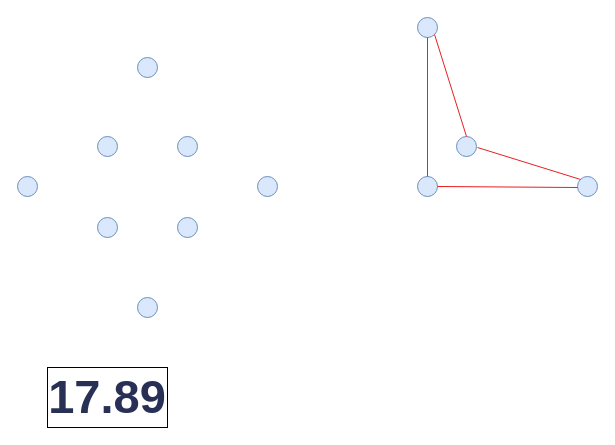
Earlier version of the draw.io diagram 1-3.drawio (YinhuaChen-cloud/Advanced_Algorithm_hw). Source tidied: cells renumbered, new cells numbered last; positions are measured from the earlier drawing's top-left corner, leaving out a move shared by most shapes. Both pictures are drawn from the tidied source at 100%, with x=0, y=0 at pixel (17, 17).
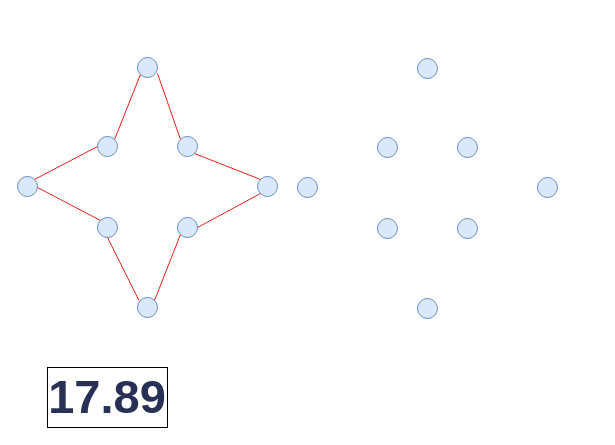
The same page after the edit.

The change refers to these unchanged cells:
```xml
<mxCell id="10" style="ellipse;whiteSpace=wrap;html=1;fillColor=#dae8fc;strokeColor=#6c8ebf;" parent="1" vertex="1">
  <mxGeometry x="80" y="119" width="20" height="20" as="geometry" />
</mxCell>
<mxCell id="11" style="ellipse;whiteSpace=wrap;html=1;fillColor=#dae8fc;strokeColor=#6c8ebf;" parent="1" vertex="1">
  <mxGeometry x="120" y="40" width="20" height="20" as="geometry" />
</mxCell>
<mxCell id="12" style="ellipse;whiteSpace=wrap;html=1;fillColor=#dae8fc;strokeColor=#6c8ebf;" parent="1" vertex="1">
  <mxGeometry y="159" width="20" height="20" as="geometry" />
</mxCell>
<mxCell id="13" style="ellipse;whiteSpace=wrap;html=1;fillColor=#dae8fc;strokeColor=#6c8ebf;" parent="1" vertex="1">
  <mxGeometry x="160" y="119" width="20" height="20" as="geometry" />
</mxCell>
<mxCell id="14" style="ellipse;whiteSpace=wrap;html=1;fillColor=#dae8fc;strokeColor=#6c8ebf;" parent="1" vertex="1">
  <mxGeometry x="80" y="200" width="20" height="20" as="geometry" />
</mxCell>
<mxCell id="15" style="ellipse;whiteSpace=wrap;html=1;fillColor=#dae8fc;strokeColor=#6c8ebf;" parent="1" vertex="1">
  <mxGeometry x="120" y="280" width="20" height="20" as="geometry" />
</mxCell>
<mxCell id="16" style="ellipse;whiteSpace=wrap;html=1;fillColor=#dae8fc;strokeColor=#6c8ebf;" parent="1" vertex="1">
  <mxGeometry x="160" y="200" width="20" height="20" as="geometry" />
</mxCell>
<mxCell id="17" style="ellipse;whiteSpace=wrap;html=1;fillColor=#dae8fc;strokeColor=#6c8ebf;" parent="1" vertex="1">
  <mxGeometry x="240" y="159" width="20" height="20" as="geometry" />
</mxCell>
```

The edit, as a diff of the source:
```diff
@@
-    <mxCell id="2" style="ellipse;whiteSpace=wrap;html=1;fillColor=#dae8fc;strokeColor=#6c8ebf;" parent="1" vertex="1">
-      <mxGeometry x="400" width="20" height="20" as="geometry" />
-    </mxCell>
-    <mxCell id="3" style="ellipse;whiteSpace=wrap;html=1;fillColor=#dae8fc;strokeColor=#6c8ebf;" parent="1" vertex="1">
-      <mxGeometry x="439" y="119" width="20" height="20" as="geometry" />
-    </mxCell>
-    <mxCell id="4" style="ellipse;whiteSpace=wrap;html=1;fillColor=#dae8fc;strokeColor=#6c8ebf;" parent="1" vertex="1">
-      <mxGeometry x="400" y="159" width="20" height="20" as="geometry" />
-    </mxCell>
-    <mxCell id="5" style="ellipse;whiteSpace=wrap;html=1;fillColor=#dae8fc;strokeColor=#6c8ebf;" parent="1" vertex="1">
-      <mxGeometry x="560" y="159" width="20" height="20" as="geometry" />
-    </mxCell>
-    <mxCell id="6" style="endArrow=none;html=1;rounded=0;strokeColor=#ea1f1f;entryX=0.5;entryY=0;entryDx=0;entryDy=0;exitX=1;exitY=1;exitDx=0;exitDy=0;" parent="1" edge="1" source="2" target="3">
-      <mxGeometry relative="1" as="geometry" />
-    </mxCell>
-    <mxCell id="7" style="endArrow=none;html=1;rounded=0;strokeColor=#ea1f1f;entryX=0;entryY=0;entryDx=0;entryDy=0;" parent="1" edge="1" target="5">
-      <mxGeometry relative="1" as="geometry">
-        <mxPoint x="460" y="130" as="sourcePoint" />
-      </mxGeometry>
-    </mxCell>
-    <mxCell id="8" style="endArrow=none;html=1;rounded=0;strokeColor=#ea1f1f;exitX=1;exitY=0.5;exitDx=0;exitDy=0;" parent="1" edge="1" source="4">
-      <mxGeometry relative="1" as="geometry">
-        <mxPoint x="560" y="170" as="targetPoint" />
-      </mxGeometry>
-    </mxCell>
-    <mxCell id="9" style="endArrow=none;html=1;rounded=0;strokeColor=#ea1f1f;" parent="1" edge="1">
-      <mxGeometry relative="1" as="geometry">
-        <mxPoint x="410" y="20" as="sourcePoint" />
-        <mxPoint x="410" y="159" as="targetPoint" />
-      </mxGeometry>
-    </mxCell>
@@
+    <mxCell id="19" style="endArrow=none;html=1;rounded=0;strokeColor=#ea1f1f;entryX=1;entryY=0;entryDx=0;entryDy=0;exitX=0;exitY=1;exitDx=0;exitDy=0;" parent="1" edge="1" source="11" target="10">
+      <mxGeometry relative="1" as="geometry" />
+    </mxCell>
+    <mxCell id="20" style="endArrow=none;html=1;rounded=0;strokeColor=#ea1f1f;entryX=1;entryY=0;entryDx=0;entryDy=0;exitX=0;exitY=0.5;exitDx=0;exitDy=0;" parent="1" edge="1" source="10" target="12">
+      <mxGeometry relative="1" as="geometry" />
+    </mxCell>
+    <mxCell id="21" style="endArrow=none;html=1;rounded=0;strokeColor=#ea1f1f;entryX=0;entryY=0;entryDx=0;entryDy=0;exitX=0;exitY=1;exitDx=0;exitDy=0;" parent="1" edge="1" target="14">
+      <mxGeometry relative="1" as="geometry">
+        <mxPoint x="20" y="170" as="sourcePoint" />
+      </mxGeometry>
+    </mxCell>
+    <mxCell id="22" style="endArrow=none;html=1;rounded=0;strokeColor=#ea1f1f;entryX=0;entryY=0;entryDx=0;entryDy=0;exitX=0.5;exitY=1;exitDx=0;exitDy=0;" parent="1" edge="1" source="14">
+      <mxGeometry relative="1" as="geometry">
+        <mxPoint x="121.5" y="283" as="targetPoint" />
+      </mxGeometry>
+    </mxCell>
+    <mxCell id="23" style="endArrow=none;html=1;rounded=0;strokeColor=#ea1f1f;entryX=0;entryY=0;entryDx=0;entryDy=0;exitX=0.5;exitY=1;exitDx=0;exitDy=0;" parent="1" edge="1" target="13">
+      <mxGeometry relative="1" as="geometry">
+        <mxPoint x="140" y="56" as="sourcePoint" />
+      </mxGeometry>
+    </mxCell>
+    <mxCell id="24" style="endArrow=none;html=1;rounded=0;strokeColor=#ea1f1f;entryX=1;entryY=1;entryDx=0;entryDy=0;exitX=0;exitY=0;exitDx=0;exitDy=0;" parent="1" edge="1" source="17" target="13">
+      <mxGeometry relative="1" as="geometry" />
+    </mxCell>
+    <mxCell id="25" style="endArrow=none;html=1;rounded=0;strokeColor=#ea1f1f;entryX=1;entryY=0.5;entryDx=0;entryDy=0;exitX=0;exitY=1;exitDx=0;exitDy=0;" parent="1" edge="1" source="17" target="16">
+      <mxGeometry relative="1" as="geometry" />
+    </mxCell>
+    <mxCell id="26" style="endArrow=none;html=1;rounded=0;strokeColor=#ea1f1f;entryX=1;entryY=0;entryDx=0;entryDy=0;exitX=0;exitY=1;exitDx=0;exitDy=0;" parent="1" edge="1" source="16" target="15">
+      <mxGeometry relative="1" as="geometry" />
+    </mxCell>
+    <mxCell id="27" style="ellipse;whiteSpace=wrap;html=1;fillColor=#dae8fc;strokeColor=#6c8ebf;" parent="1" vertex="1">
+      <mxGeometry x="360" y="120" width="20" height="20" as="geometry" />
+    </mxCell>
+    <mxCell id="28" style="ellipse;whiteSpace=wrap;html=1;fillColor=#dae8fc;strokeColor=#6c8ebf;" parent="1" vertex="1">
+      <mxGeometry x="400" y="41" width="20" height="20" as="geometry" />
+    </mxCell>
+    <mxCell id="29" style="ellipse;whiteSpace=wrap;html=1;fillColor=#dae8fc;strokeColor=#6c8ebf;" parent="1" vertex="1">
+      <mxGeometry x="280" y="160" width="20" height="20" as="geometry" />
+    </mxCell>
+    <mxCell id="30" style="ellipse;whiteSpace=wrap;html=1;fillColor=#dae8fc;strokeColor=#6c8ebf;" parent="1" vertex="1">
+      <mxGeometry x="440" y="120" width="20" height="20" as="geometry" />
+    </mxCell>
+    <mxCell id="31" style="ellipse;whiteSpace=wrap;html=1;fillColor=#dae8fc;strokeColor=#6c8ebf;" parent="1" vertex="1">
+      <mxGeometry x="360" y="201" width="20" height="20" as="geometry" />
+    </mxCell>
+    <mxCell id="32" style="ellipse;whiteSpace=wrap;html=1;fillColor=#dae8fc;strokeColor=#6c8ebf;" parent="1" vertex="1">
+      <mxGeometry x="400" y="281" width="20" height="20" as="geometry" />
+    </mxCell>
+    <mxCell id="33" style="ellipse;whiteSpace=wrap;html=1;fillColor=#dae8fc;strokeColor=#6c8ebf;" parent="1" vertex="1">
+      <mxGeometry x="440" y="201" width="20" height="20" as="geometry" />
+    </mxCell>
+    <mxCell id="34" style="ellipse;whiteSpace=wrap;html=1;fillColor=#dae8fc;strokeColor=#6c8ebf;" parent="1" vertex="1">
+      <mxGeometry x="520" y="160" width="20" height="20" as="geometry" />
+    </mxCell>
```
